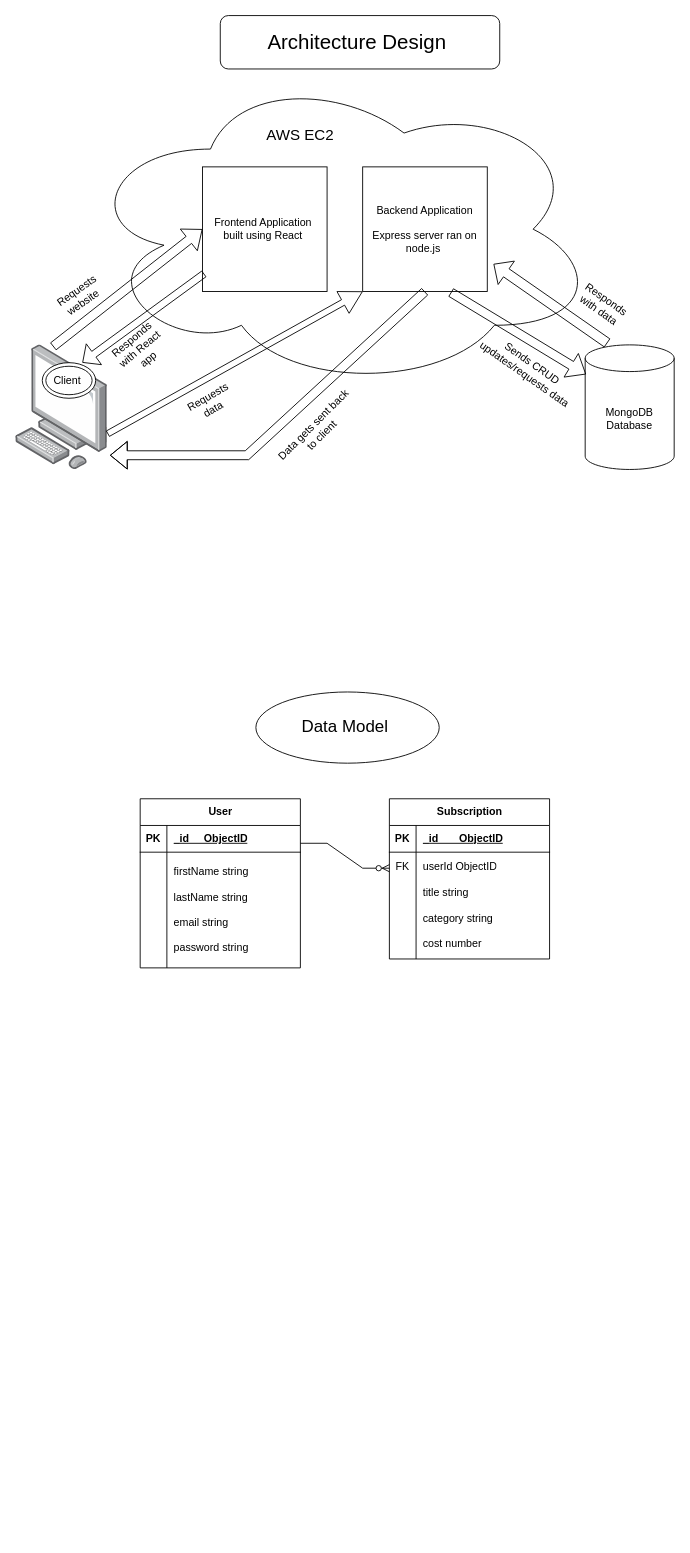
Before: Untitled Diagram.drawio in JarrodJackson2000/JarrodJackson2000, a draw.io diagram. Source tidied: cells renumbered, new cells numbered last; positions are measured from the earlier drawing's top-left corner, leaving out a move shared by most shapes. Both pictures are drawn from the tidied source at 89%, with x=0, y=0 at pixel (15, 15).
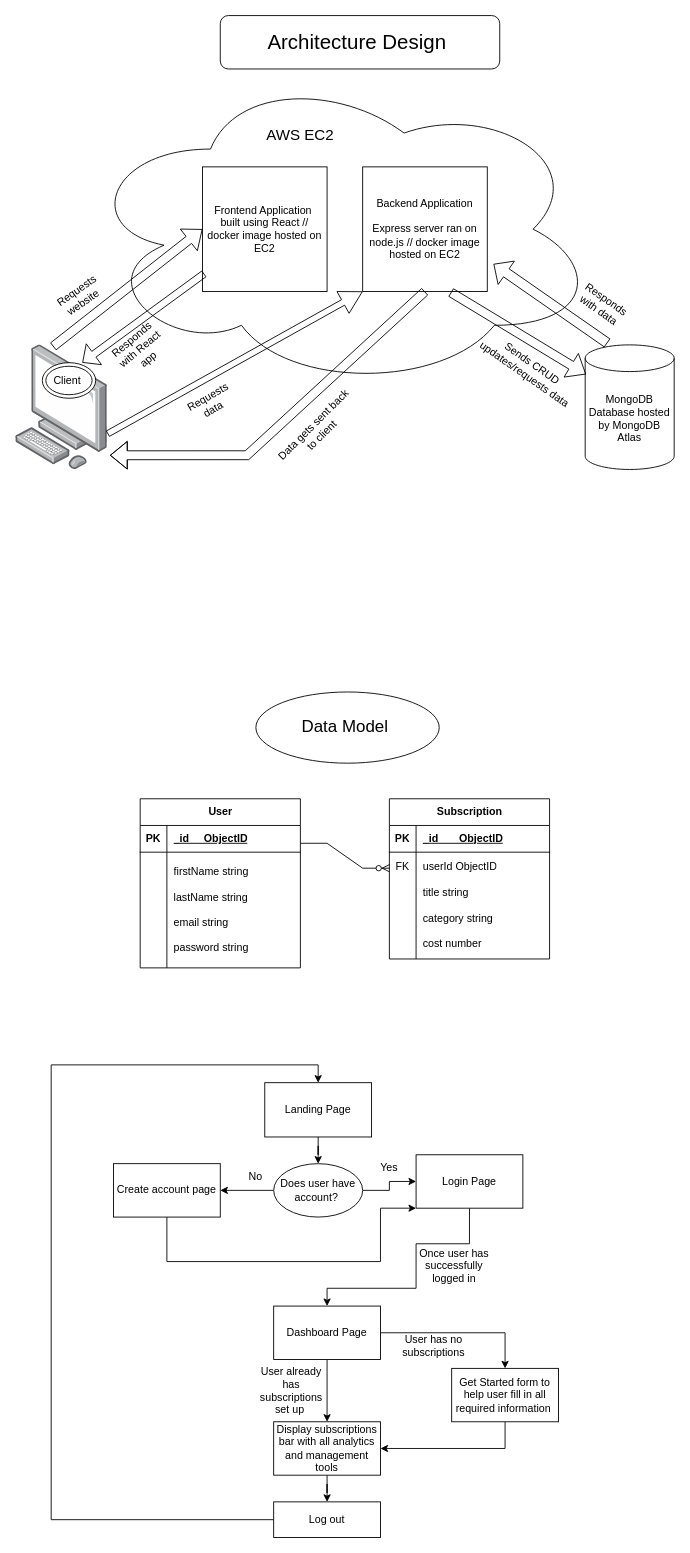
Above is the later version.

The edit, as a diff of the source:
```diff
@@
-    <mxCell id="5" value="Frontend Application&amp;nbsp;&lt;div&gt;built using React&amp;nbsp;&lt;/div&gt;" style="whiteSpace=wrap;html=1;" parent="1" vertex="1">
+    <mxCell id="5" value="Frontend Application&amp;nbsp;&lt;div&gt;built using React // docker image hosted on EC2&lt;/div&gt;" style="whiteSpace=wrap;html=1;" parent="1" vertex="1">
       <mxGeometry x="210" y="170" width="140" height="140" as="geometry" />
     </mxCell>
-    <mxCell id="6" value="Backend Application&lt;div&gt;&lt;br&gt;&lt;/div&gt;&lt;div&gt;Express server ran on node.js&amp;nbsp;&lt;/div&gt;" style="whiteSpace=wrap;html=1;" parent="1" vertex="1">
+    <mxCell id="6" value="Backend Application&lt;div&gt;&lt;br&gt;&lt;/div&gt;&lt;div&gt;Express server ran on node.js // docker image hosted on EC2&lt;/div&gt;" style="whiteSpace=wrap;html=1;" parent="1" vertex="1">
       <mxGeometry x="390" y="170" width="140" height="140" as="geometry" />
     </mxCell>
@@
-    <mxCell id="8" value="MongoDB Database" style="shape=cylinder3;whiteSpace=wrap;html=1;boundedLbl=1;backgroundOutline=1;size=15;" parent="1" vertex="1">
+    <mxCell id="8" value="MongoDB Database hosted by MongoDB Atlas" style="shape=cylinder3;whiteSpace=wrap;html=1;boundedLbl=1;backgroundOutline=1;size=15;" parent="1" vertex="1">
       <mxGeometry x="640" y="370" width="100" height="140" as="geometry" />
     </mxCell>
@@
+    <mxCell id="40" style="edgeStyle=orthogonalEdgeStyle;rounded=0;jettySize=auto;html=1;entryX=0.5;entryY=0;entryDx=0;entryDy=0;" parent="1" edge="1" source="41" target="44">
+      <mxGeometry relative="1" as="geometry" />
+    </mxCell>
+    <mxCell id="41" value="Landing Page" style="rounded=0;whiteSpace=wrap;html=1;" parent="1" vertex="1">
+      <mxGeometry x="280" y="1199" width="120" height="61" as="geometry" />
+    </mxCell>
+    <mxCell id="42" style="edgeStyle=orthogonalEdgeStyle;rounded=0;jettySize=auto;html=1;" parent="1" edge="1" source="44" target="46">
+      <mxGeometry relative="1" as="geometry" />
+    </mxCell>
+    <mxCell id="43" style="edgeStyle=orthogonalEdgeStyle;rounded=0;jettySize=auto;html=1;" parent="1" edge="1" source="44" target="48">
+      <mxGeometry relative="1" as="geometry" />
+    </mxCell>
+    <mxCell id="44" value="Does user have account?&amp;nbsp;" style="ellipse;whiteSpace=wrap;html=1;" parent="1" vertex="1">
+      <mxGeometry x="290" y="1290" width="100" height="60" as="geometry" />
+    </mxCell>
+    <mxCell id="45" style="edgeStyle=orthogonalEdgeStyle;rounded=0;jettySize=auto;html=1;entryX=0;entryY=1;entryDx=0;entryDy=0;" parent="1" edge="1" source="46" target="48">
+      <mxGeometry relative="1" as="geometry">
+        <Array as="points">
+          <mxPoint x="170" y="1400" />
+          <mxPoint x="410" y="1400" />
+          <mxPoint x="410" y="1340" />
+        </Array>
+      </mxGeometry>
+    </mxCell>
+    <mxCell id="46" value="Create account page" style="rounded=0;whiteSpace=wrap;html=1;" parent="1" vertex="1">
+      <mxGeometry x="110" y="1290" width="120" height="60" as="geometry" />
+    </mxCell>
+    <mxCell id="47" style="edgeStyle=orthogonalEdgeStyle;rounded=0;jettySize=auto;html=1;entryX=0.5;entryY=0;entryDx=0;entryDy=0;" parent="1" edge="1" source="48" target="53">
+      <mxGeometry relative="1" as="geometry">
+        <Array as="points">
+          <mxPoint x="510" y="1380" />
+          <mxPoint x="450" y="1380" />
+          <mxPoint x="450" y="1430" />
+          <mxPoint x="350" y="1430" />
+        </Array>
+      </mxGeometry>
+    </mxCell>
+    <mxCell id="48" value="Login Page" style="rounded=0;whiteSpace=wrap;html=1;" parent="1" vertex="1">
+      <mxGeometry x="450" y="1280" width="120" height="60" as="geometry" />
+    </mxCell>
+    <mxCell id="49" value="No" style="text;html=1;align=center;verticalAlign=middle;whiteSpace=wrap;rounded=0;" parent="1" vertex="1">
+      <mxGeometry x="240" y="1290" width="60" height="30" as="geometry" />
+    </mxCell>
+    <mxCell id="50" value="Yes" style="text;html=1;align=center;verticalAlign=middle;whiteSpace=wrap;rounded=0;" parent="1" vertex="1">
+      <mxGeometry x="390" y="1280" width="60" height="30" as="geometry" />
+    </mxCell>
+    <mxCell id="51" style="edgeStyle=orthogonalEdgeStyle;rounded=0;jettySize=auto;html=1;" parent="1" edge="1" source="53" target="56">
+      <mxGeometry relative="1" as="geometry" />
+    </mxCell>
+    <mxCell id="52" style="edgeStyle=orthogonalEdgeStyle;rounded=0;jettySize=auto;html=1;entryX=0.5;entryY=0;entryDx=0;entryDy=0;" parent="1" edge="1" source="53" target="58">
+      <mxGeometry relative="1" as="geometry" />
+    </mxCell>
+    <mxCell id="53" value="Dashboard Page" style="rounded=0;whiteSpace=wrap;html=1;" parent="1" vertex="1">
+      <mxGeometry x="290" y="1450" width="120" height="60" as="geometry" />
+    </mxCell>
+    <mxCell id="54" value="Once user has successfully logged in" style="text;html=1;align=center;verticalAlign=middle;whiteSpace=wrap;rounded=0;" parent="1" vertex="1">
+      <mxGeometry x="450" y="1390" width="86" height="30" as="geometry" />
+    </mxCell>
+    <mxCell id="55" style="edgeStyle=orthogonalEdgeStyle;rounded=0;jettySize=auto;html=1;" parent="1" edge="1" source="56" target="62">
+      <mxGeometry relative="1" as="geometry" />
+    </mxCell>
+    <mxCell id="56" value="Display subscriptions bar with all analytics and management tools" style="rounded=0;whiteSpace=wrap;html=1;" parent="1" vertex="1">
+      <mxGeometry x="290" y="1580" width="120" height="60" as="geometry" />
+    </mxCell>
+    <mxCell id="57" style="edgeStyle=orthogonalEdgeStyle;rounded=0;jettySize=auto;html=1;entryX=1;entryY=0.5;entryDx=0;entryDy=0;" parent="1" edge="1" source="58" target="56">
+      <mxGeometry relative="1" as="geometry">
+        <Array as="points">
+          <mxPoint x="550" y="1610" />
+        </Array>
+      </mxGeometry>
+    </mxCell>
+    <mxCell id="58" value="Get Started form to help user fill in all required information&amp;nbsp;" style="rounded=0;whiteSpace=wrap;html=1;" parent="1" vertex="1">
+      <mxGeometry x="490" y="1520" width="120" height="60" as="geometry" />
+    </mxCell>
+    <mxCell id="59" value="User already has subscriptions set up&amp;nbsp;" style="text;html=1;align=center;verticalAlign=middle;whiteSpace=wrap;rounded=0;" parent="1" vertex="1">
+      <mxGeometry x="280" y="1530" width="60" height="30" as="geometry" />
+    </mxCell>
+    <mxCell id="60" value="User has no subscriptions" style="text;html=1;align=center;verticalAlign=middle;whiteSpace=wrap;rounded=0;" parent="1" vertex="1">
+      <mxGeometry x="440" y="1480" width="60" height="30" as="geometry" />
+    </mxCell>
+    <mxCell id="61" style="edgeStyle=orthogonalEdgeStyle;rounded=0;jettySize=auto;html=1;entryX=0.5;entryY=0;entryDx=0;entryDy=0;" parent="1" edge="1" source="62" target="41">
+      <mxGeometry relative="1" as="geometry">
+        <Array as="points">
+          <mxPoint x="40" y="1690" />
+          <mxPoint x="40" y="1179" />
+          <mxPoint x="340" y="1179" />
+        </Array>
+      </mxGeometry>
+    </mxCell>
+    <mxCell id="62" value="Log out" style="rounded=0;whiteSpace=wrap;html=1;" parent="1" vertex="1">
+      <mxGeometry x="290" y="1670" width="120" height="40" as="geometry" />
+    </mxCell>
```
